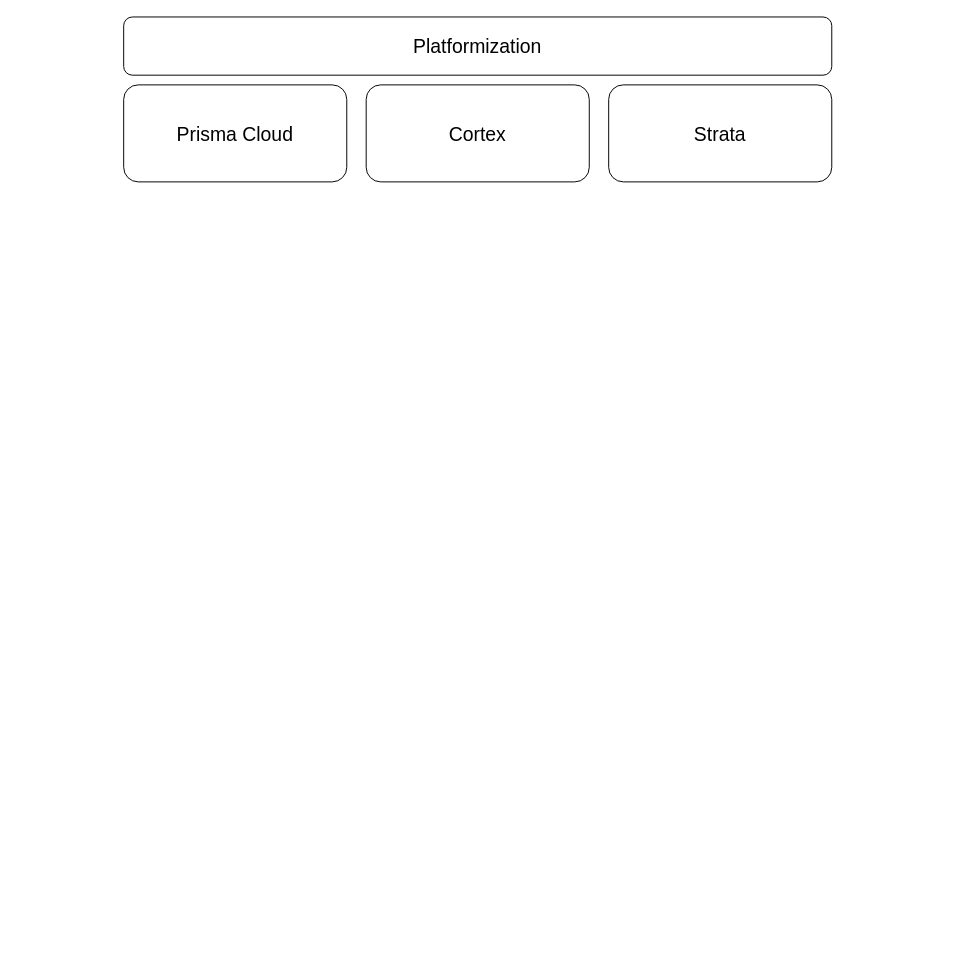
Above: BanColombia.drawio in lcastrose/architecture (draw.io), before the change. Source tidied: cells renumbered, new cells numbered last; positions are measured from the earlier drawing's top-left corner, leaving out a move shared by most shapes. Both pictures are drawn from the tidied source at 97%, with x=0, y=0 at pixel (123, 16).
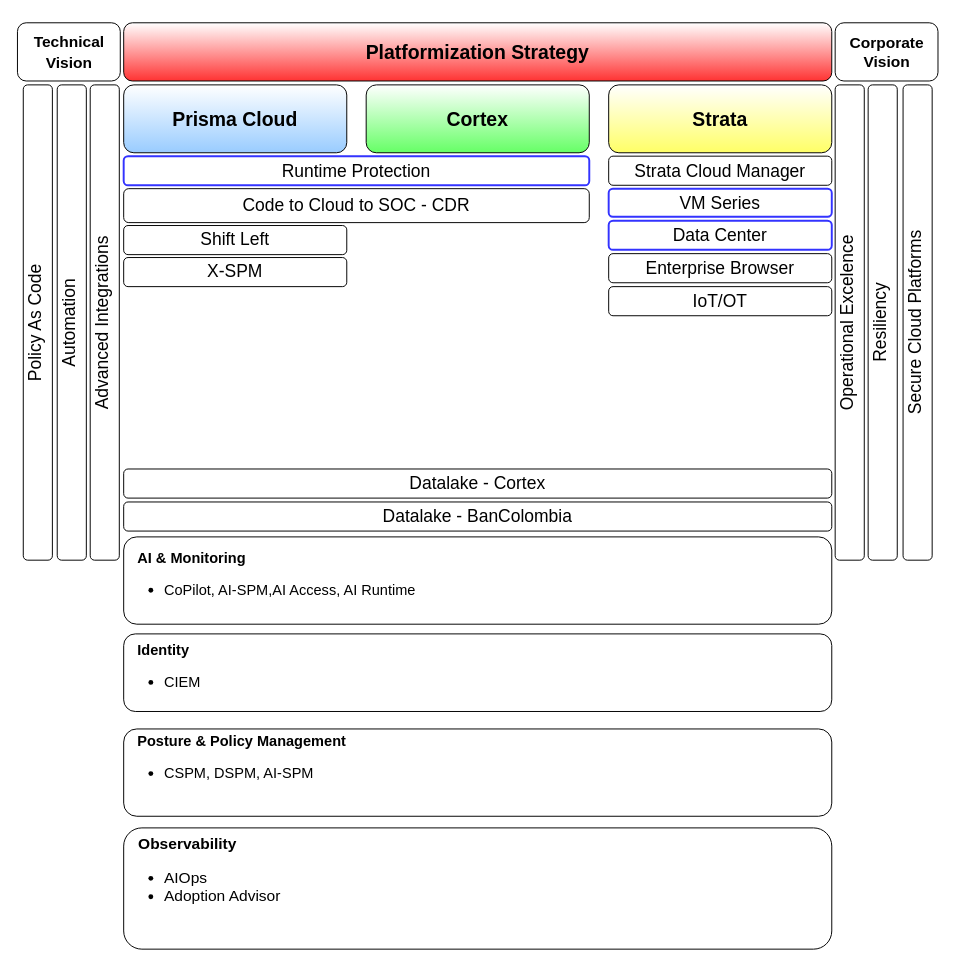
After the change.

Change to the diagram source:
```diff
@@
-    <mxCell id="2" value="&lt;font style=&quot;font-size: 20px;&quot;&gt;Platformization&lt;/font&gt;" style="rounded=1;whiteSpace=wrap;html=1;" parent="1" vertex="1">
-      <mxGeometry width="730" height="60" as="geometry" />
+    <mxCell id="2" value="&lt;font style=&quot;font-size: 20px;&quot;&gt;Platformization Strategy&lt;/font&gt;" style="rounded=1;whiteSpace=wrap;html=1;gradientColor=#FF3333;fontStyle=1;" parent="1" vertex="1">
+      <mxGeometry y="6" width="730" height="60" as="geometry" />
     </mxCell>
-    <mxCell id="3" value="Prisma Cloud" style="rounded=1;whiteSpace=wrap;html=1;fontSize=20;" parent="1" vertex="1">
-      <mxGeometry y="70" width="230" height="100" as="geometry" />
+    <mxCell id="3" value="Prisma Cloud" style="rounded=1;whiteSpace=wrap;html=1;fontSize=20;gradientColor=#99CCFF;fontStyle=1;" parent="1" vertex="1">
+      <mxGeometry y="70" width="230" height="70" as="geometry" />
     </mxCell>
-    <mxCell id="4" value="Cortex" style="rounded=1;whiteSpace=wrap;html=1;fontSize=20;" parent="1" vertex="1">
-      <mxGeometry x="250" y="70" width="230" height="100" as="geometry" />
+    <mxCell id="4" value="Cortex" style="rounded=1;whiteSpace=wrap;html=1;fontSize=20;gradientColor=#66FF66;fontStyle=1;" parent="1" vertex="1">
+      <mxGeometry x="250" y="70" width="230" height="70" as="geometry" />
     </mxCell>
-    <mxCell id="5" value="Strata" style="rounded=1;whiteSpace=wrap;html=1;fontSize=20;" parent="1" vertex="1">
-      <mxGeometry x="500" y="70" width="230" height="100" as="geometry" />
+    <mxCell id="5" value="Strata" style="rounded=1;whiteSpace=wrap;html=1;fontSize=20;gradientColor=#FFFF66;fontStyle=1;" parent="1" vertex="1">
+      <mxGeometry x="500" y="70" width="230" height="70" as="geometry" />
     </mxCell>
+    <mxCell id="6" value="&lt;b&gt;&amp;nbsp; &amp;nbsp;AI &amp;amp; Monitoring&lt;/b&gt;&lt;div&gt;&lt;ul&gt;&lt;li&gt;CoPilot, AI-SPM,AI Access, AI Runtime&lt;/li&gt;&lt;/ul&gt;&lt;/div&gt;" style="rounded=1;whiteSpace=wrap;html=1;fontSize=15;align=left;" parent="1" vertex="1">
+      <mxGeometry y="536" width="730" height="90" as="geometry" />
+    </mxCell>
+    <mxCell id="7" value="&lt;b&gt;&amp;nbsp; &amp;nbsp;Identity&lt;/b&gt;&lt;div&gt;&lt;ul&gt;&lt;li&gt;CIEM&lt;/li&gt;&lt;/ul&gt;&lt;/div&gt;" style="rounded=1;whiteSpace=wrap;html=1;fontSize=15;align=left;" parent="1" vertex="1">
+      <mxGeometry y="636" width="730" height="80" as="geometry" />
+    </mxCell>
+    <mxCell id="8" value="&lt;b&gt;&amp;nbsp; &amp;nbsp;Posture &amp;amp; Policy Management&lt;/b&gt;&lt;div&gt;&lt;ul&gt;&lt;li&gt;CSPM, DSPM, AI-SPM&lt;/li&gt;&lt;/ul&gt;&lt;div&gt;&lt;b&gt;&lt;br&gt;&lt;/b&gt;&lt;/div&gt;&lt;/div&gt;" style="rounded=1;whiteSpace=wrap;html=1;fontSize=15;align=left;" parent="1" vertex="1">
+      <mxGeometry y="734" width="730" height="90" as="geometry" />
+    </mxCell>
+    <mxCell id="9" value="&lt;b&gt;&amp;nbsp; &amp;nbsp;Observability&lt;/b&gt;&lt;div&gt;&lt;ul&gt;&lt;li&gt;AIOps&lt;/li&gt;&lt;li&gt;Adoption Advisor&lt;/li&gt;&lt;/ul&gt;&lt;/div&gt;&lt;div&gt;&lt;br&gt;&lt;/div&gt;" style="rounded=1;whiteSpace=wrap;html=1;fontSize=16;align=left;verticalAlign=top;" parent="1" vertex="1">
+      <mxGeometry y="836" width="730" height="125" as="geometry" />
+    </mxCell>
+    <mxCell id="10" value="Operational Excelence" style="rounded=1;whiteSpace=wrap;html=1;rotation=-180;flipV=1;flipH=1;textDirection=vertical-lr;fontSize=18;" parent="1" vertex="1">
+      <mxGeometry x="733.5" y="70" width="30" height="490" as="geometry" />
+    </mxCell>
+    <mxCell id="11" value="Advanced Integrations" style="rounded=1;whiteSpace=wrap;html=1;rotation=-180;flipV=1;flipH=1;textDirection=vertical-lr;fontSize=18;" parent="1" vertex="1">
+      <mxGeometry x="-34.5" y="70" width="30" height="490" as="geometry" />
+    </mxCell>
+    <mxCell id="12" value="Resiliency" style="rounded=1;whiteSpace=wrap;html=1;rotation=-180;flipV=1;flipH=1;textDirection=vertical-lr;fontSize=18;" parent="1" vertex="1">
+      <mxGeometry x="767.5" y="70" width="30" height="490" as="geometry" />
+    </mxCell>
+    <mxCell id="13" value="VM Series" style="rounded=1;whiteSpace=wrap;html=1;fontSize=18;strokeColor=#3333FF;strokeWidth=2;" parent="1" vertex="1">
+      <mxGeometry x="500" y="177" width="230" height="29" as="geometry" />
+    </mxCell>
+    <mxCell id="14" value="Strata Cloud Manager" style="rounded=1;whiteSpace=wrap;html=1;fontSize=18;" parent="1" vertex="1">
+      <mxGeometry x="500" y="143.5" width="230" height="30" as="geometry" />
+    </mxCell>
+    <mxCell id="15" value="Code to Cloud to SOC - CDR" style="rounded=1;whiteSpace=wrap;html=1;fontSize=18;" parent="1" vertex="1">
+      <mxGeometry y="177" width="480" height="35" as="geometry" />
+    </mxCell>
+    <mxCell id="16" value="Policy As Code" style="rounded=1;whiteSpace=wrap;html=1;rotation=-180;flipV=1;flipH=1;textDirection=vertical-lr;fontSize=18;" parent="1" vertex="1">
+      <mxGeometry x="-103.5" y="70" width="30" height="490" as="geometry" />
+    </mxCell>
+    <mxCell id="17" value="Automation" style="rounded=1;whiteSpace=wrap;html=1;rotation=-180;flipV=1;flipH=1;textDirection=vertical-lr;fontSize=18;" parent="1" vertex="1">
+      <mxGeometry x="-68.5" y="70" width="30" height="490" as="geometry" />
+    </mxCell>
+    <mxCell id="18" value="Data Center" style="rounded=1;whiteSpace=wrap;html=1;fontSize=18;strokeWidth=2;strokeColor=#3333FF;" parent="1" vertex="1">
+      <mxGeometry x="500" y="210" width="230" height="30" as="geometry" />
+    </mxCell>
+    <mxCell id="19" value="Enterprise Browser" style="rounded=1;whiteSpace=wrap;html=1;fontSize=18;" parent="1" vertex="1">
+      <mxGeometry x="500" y="244" width="230" height="30" as="geometry" />
+    </mxCell>
+    <mxCell id="20" value="Runtime Protection" style="rounded=1;whiteSpace=wrap;html=1;fontSize=18;strokeWidth=2;strokeColor=#3333FF;" parent="1" vertex="1">
+      <mxGeometry y="143.5" width="480" height="30" as="geometry" />
+    </mxCell>
+    <mxCell id="21" value="Shift Left" style="rounded=1;whiteSpace=wrap;html=1;fontSize=18;" parent="1" vertex="1">
+      <mxGeometry y="215" width="230" height="30" as="geometry" />
+    </mxCell>
+    <mxCell id="22" value="X-SPM" style="rounded=1;whiteSpace=wrap;html=1;fontSize=18;" parent="1" vertex="1">
+      <mxGeometry y="248" width="230" height="30" as="geometry" />
+    </mxCell>
+    <mxCell id="23" value="Datalake - Cortex" style="rounded=1;whiteSpace=wrap;html=1;fontSize=18;strokeWidth=1;strokeColor=#000000;" parent="1" vertex="1">
+      <mxGeometry y="466" width="730" height="30" as="geometry" />
+    </mxCell>
+    <mxCell id="24" value="IoT/OT" style="rounded=1;whiteSpace=wrap;html=1;fontSize=18;strokeWidth=1;strokeColor=#000000;" parent="1" vertex="1">
+      <mxGeometry x="500" y="278" width="230" height="30" as="geometry" />
+    </mxCell>
+    <mxCell id="25" value="Datalake - BanColombia" style="rounded=1;whiteSpace=wrap;html=1;fontSize=18;strokeWidth=1;strokeColor=#000000;" parent="1" vertex="1">
+      <mxGeometry y="500" width="730" height="30" as="geometry" />
+    </mxCell>
+    <mxCell id="26" value="Secure Cloud Platforms" style="rounded=1;whiteSpace=wrap;html=1;rotation=-180;flipV=1;flipH=1;textDirection=vertical-lr;fontSize=18;" parent="1" vertex="1">
+      <mxGeometry x="803.5" y="70" width="30" height="490" as="geometry" />
+    </mxCell>
+    <mxCell id="27" value="&lt;font&gt;&lt;b&gt;Corporate Vision&lt;/b&gt;&lt;/font&gt;" style="rounded=1;whiteSpace=wrap;html=1;fontSize=16;" parent="1" vertex="1">
+      <mxGeometry x="733.5" y="6" width="106" height="60" as="geometry" />
+    </mxCell>
+    <mxCell id="28" value="&lt;font style=&quot;font-size: 16px;&quot;&gt;&lt;b style=&quot;&quot;&gt;Technical Vision&lt;/b&gt;&lt;/font&gt;" style="rounded=1;whiteSpace=wrap;html=1;fontSize=18;" parent="1" vertex="1">
+      <mxGeometry x="-109.5" y="6" width="106" height="60" as="geometry" />
+    </mxCell>
```
